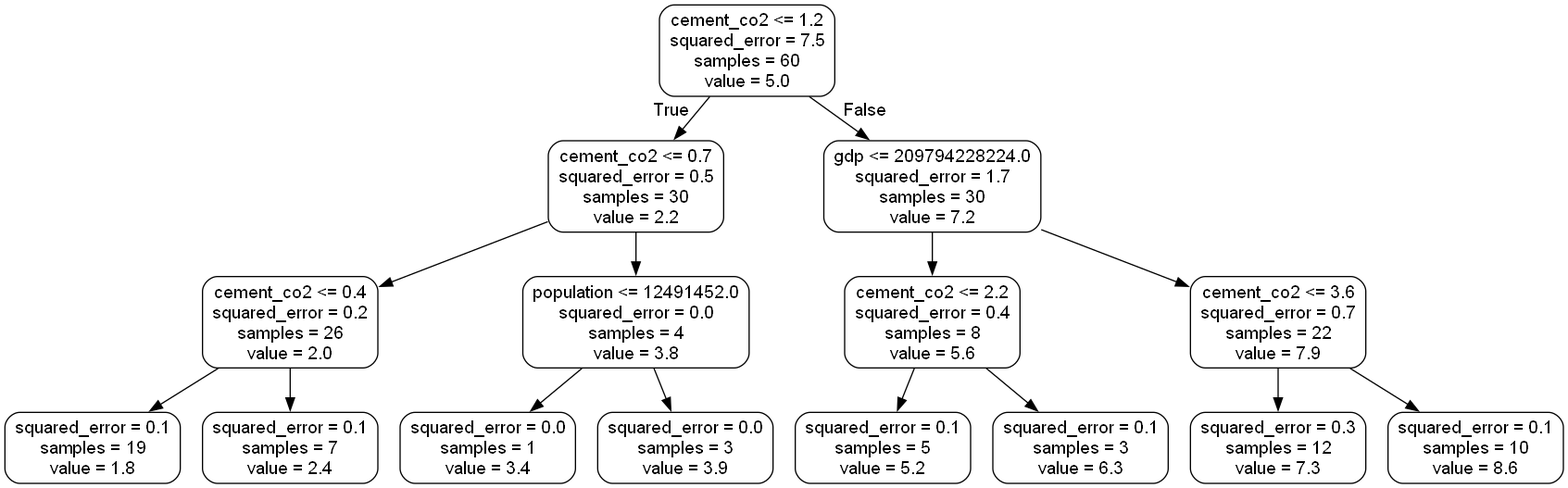
Above: small_tree.png in L-dos-Santos/final-project (Graphviz), before the change. Its source is kept beside it as small_tree.dot.
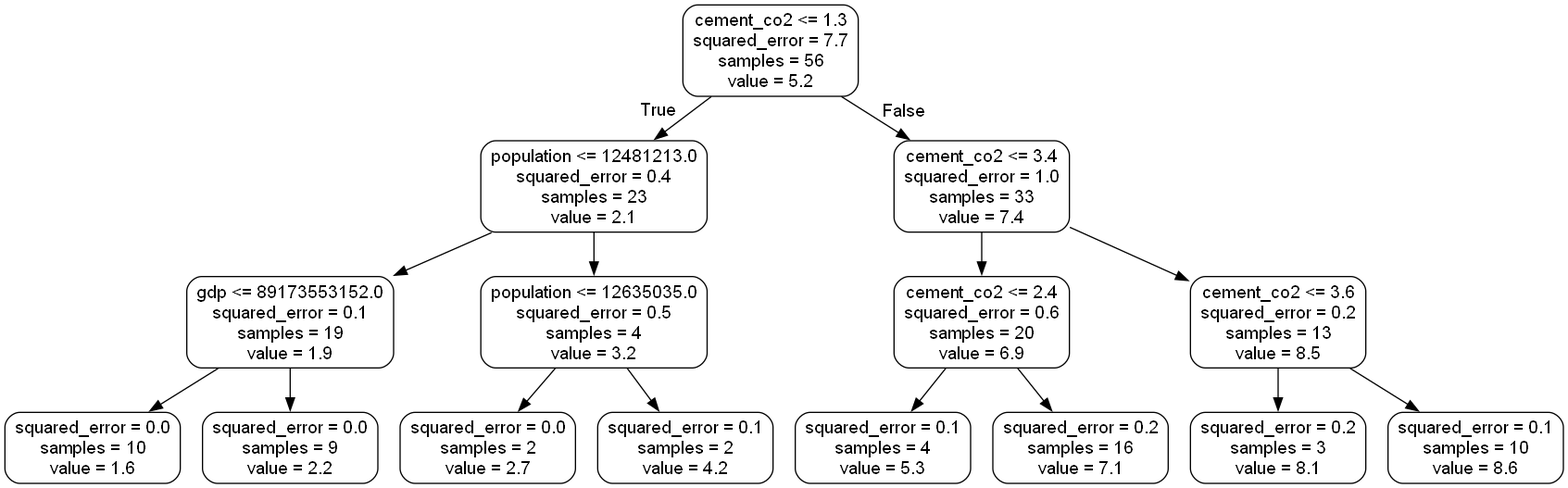
Above is the later version.

Change to the diagram source:
```diff
@@ -1,32 +1,32 @@
 digraph Tree {
 node [shape=box, style="rounded", color="black", fontname="helvetica"] ;
 edge [fontname="helvetica"] ;
-0 [label="cement_co2 <= 1.2\nsquared_error = 7.5\nsamples = 60\nvalue = 5.0"] ;
-1 [label="cement_co2 <= 0.7\nsquared_error = 0.5\nsamples = 30\nvalue = 2.2"] ;
+0 [label="cement_co2 <= 1.3\nsquared_error = 7.7\nsamples = 56\nvalue = 5.2"] ;
+1 [label="population <= 12481213.0\nsquared_error = 0.4\nsamples = 23\nvalue = 2.1"] ;
 0 -> 1 [labeldistance=2.5, labelangle=45, headlabel="True"] ;
-2 [label="cement_co2 <= 0.4\nsquared_error = 0.2\nsamples = 26\nvalue = 2.0"] ;
+2 [label="gdp <= 89173553152.0\nsquared_error = 0.1\nsamples = 19\nvalue = 1.9"] ;
 1 -> 2 ;
-3 [label="squared_error = 0.1\nsamples = 19\nvalue = 1.8"] ;
+3 [label="squared_error = 0.0\nsamples = 10\nvalue = 1.6"] ;
 2 -> 3 ;
-4 [label="squared_error = 0.1\nsamples = 7\nvalue = 2.4"] ;
+4 [label="squared_error = 0.0\nsamples = 9\nvalue = 2.2"] ;
 2 -> 4 ;
-5 [label="population <= 12491452.0\nsquared_error = 0.0\nsamples = 4\nvalue = 3.8"] ;
+5 [label="population <= 12635035.0\nsquared_error = 0.5\nsamples = 4\nvalue = 3.2"] ;
 1 -> 5 ;
-6 [label="squared_error = 0.0\nsamples = 1\nvalue = 3.4"] ;
+6 [label="squared_error = 0.0\nsamples = 2\nvalue = 2.7"] ;
 5 -> 6 ;
-7 [label="squared_error = 0.0\nsamples = 3\nvalue = 3.9"] ;
+7 [label="squared_error = 0.1\nsamples = 2\nvalue = 4.2"] ;
 5 -> 7 ;
-8 [label="gdp <= 209794228224.0\nsquared_error = 1.7\nsamples = 30\nvalue = 7.2"] ;
+8 [label="cement_co2 <= 3.4\nsquared_error = 1.0\nsamples = 33\nvalue = 7.4"] ;
 0 -> 8 [labeldistance=2.5, labelangle=-45, headlabel="False"] ;
-9 [label="cement_co2 <= 2.2\nsquared_error = 0.4\nsamples = 8\nvalue = 5.6"] ;
+9 [label="cement_co2 <= 2.4\nsquared_error = 0.6\nsamples = 20\nvalue = 6.9"] ;
 8 -> 9 ;
-10 [label="squared_error = 0.1\nsamples = 5\nvalue = 5.2"] ;
+10 [label="squared_error = 0.1\nsamples = 4\nvalue = 5.3"] ;
 9 -> 10 ;
-11 [label="squared_error = 0.1\nsamples = 3\nvalue = 6.3"] ;
+11 [label="squared_error = 0.2\nsamples = 16\nvalue = 7.1"] ;
 9 -> 11 ;
-12 [label="cement_co2 <= 3.6\nsquared_error = 0.7\nsamples = 22\nvalue = 7.9"] ;
+12 [label="cement_co2 <= 3.6\nsquared_error = 0.2\nsamples = 13\nvalue = 8.5"] ;
 8 -> 12 ;
-13 [label="squared_error = 0.3\nsamples = 12\nvalue = 7.3"] ;
+13 [label="squared_error = 0.2\nsamples = 3\nvalue = 8.1"] ;
 12 -> 13 ;
 14 [label="squared_error = 0.1\nsamples = 10\nvalue = 8.6"] ;
 12 -> 14 ;
```
